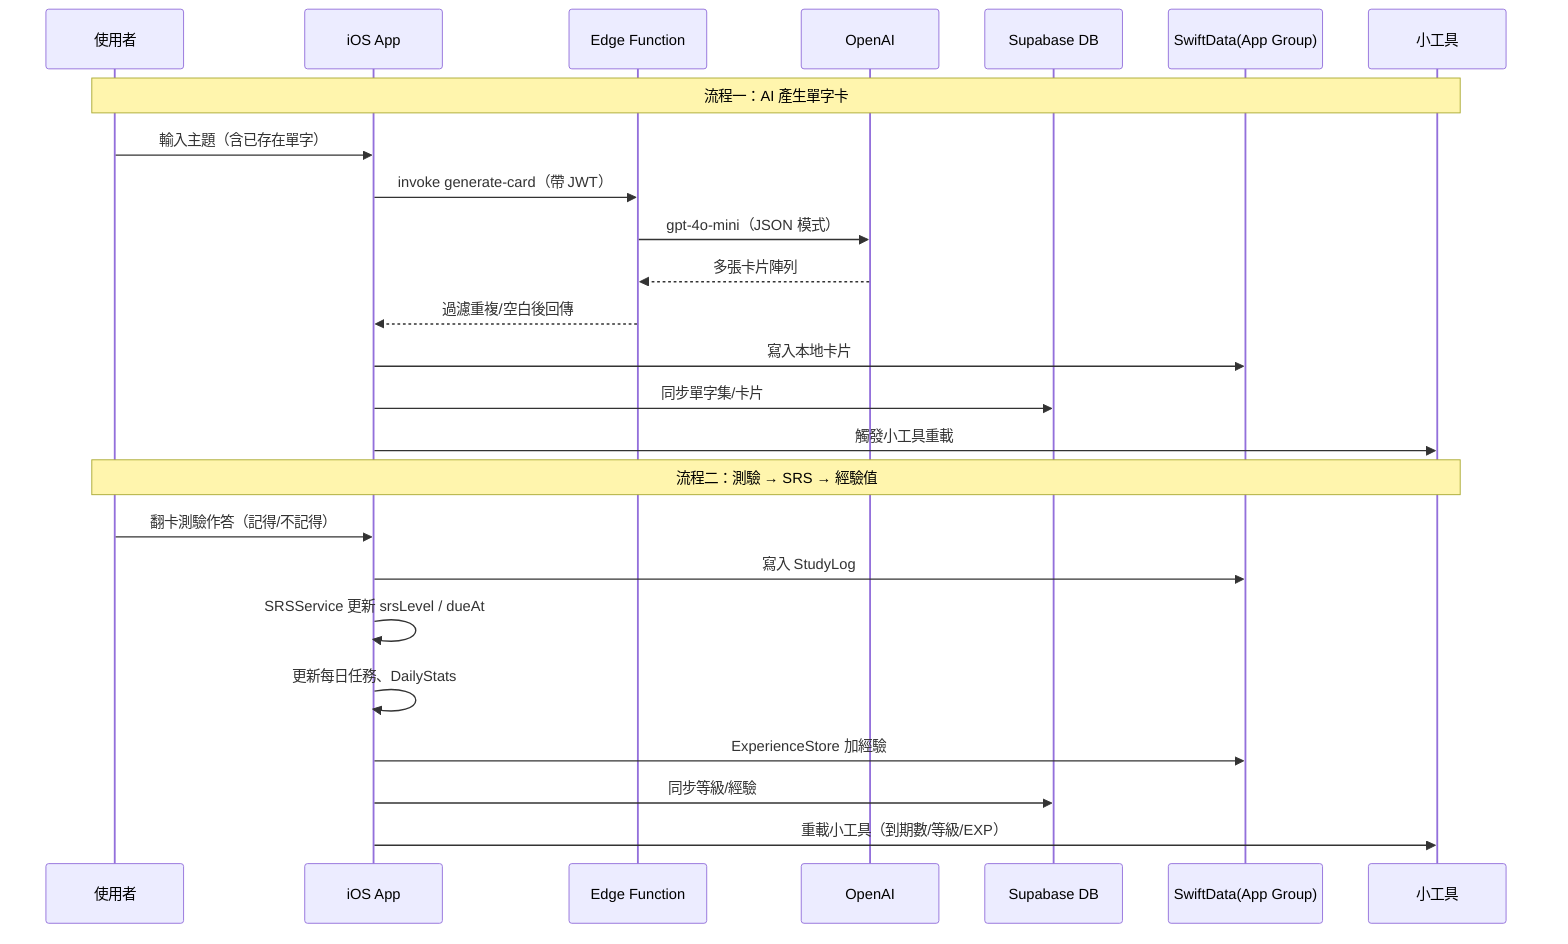
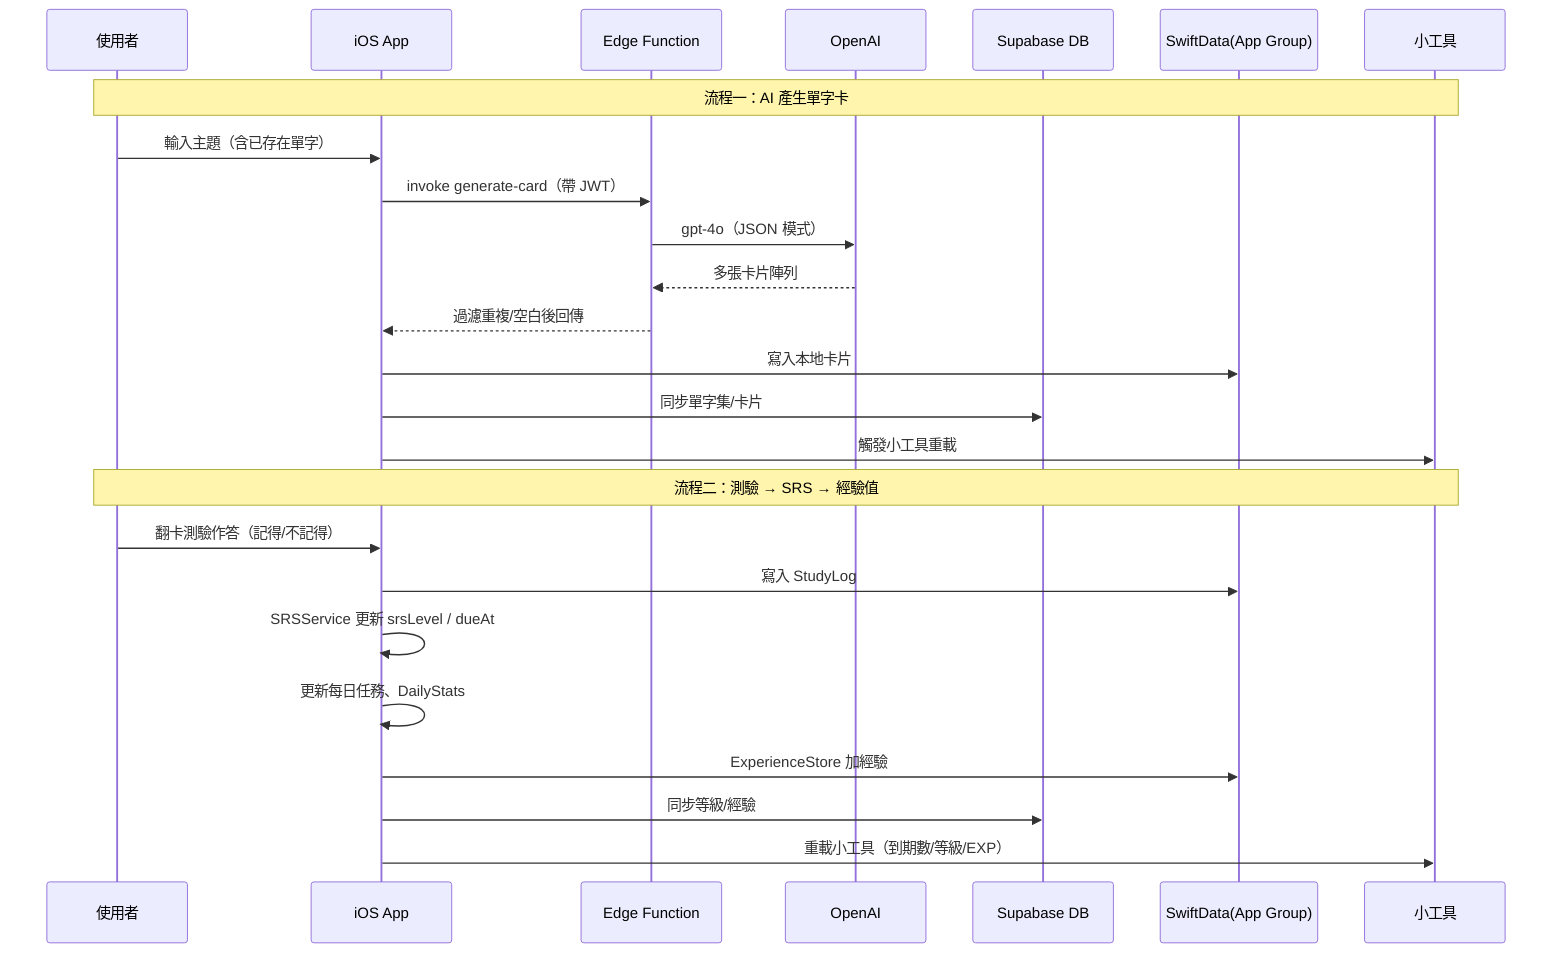
sequenceDiagram
    participant U as 使用者
    participant App as iOS App
    participant EF as Edge Function
    participant AI as OpenAI
    participant DB as Supabase DB
    participant SD as SwiftData(App Group)
    participant W as 小工具

    Note over U,W: 流程一：AI 產生單字卡
    U->>App: 輸入主題（含已存在單字）
    App->>EF: invoke generate-card（帶 JWT）
-     EF->>AI: gpt-4o-mini（JSON 模式）
+     EF->>AI: gpt-4o（JSON 模式）
    AI-->>EF: 多張卡片陣列
    EF-->>App: 過濾重複/空白後回傳
    App->>SD: 寫入本地卡片
    App->>DB: 同步單字集/卡片
    App->>W: 觸發小工具重載

    Note over U,W: 流程二：測驗 → SRS → 經驗值
    U->>App: 翻卡測驗作答（記得/不記得）
    App->>SD: 寫入 StudyLog
    App->>App: SRSService 更新 srsLevel / dueAt
    App->>App: 更新每日任務、DailyStats
    App->>SD: ExperienceStore 加經驗
    App->>DB: 同步等級/經驗
    App->>W: 重載小工具（到期數/等級/EXP）
